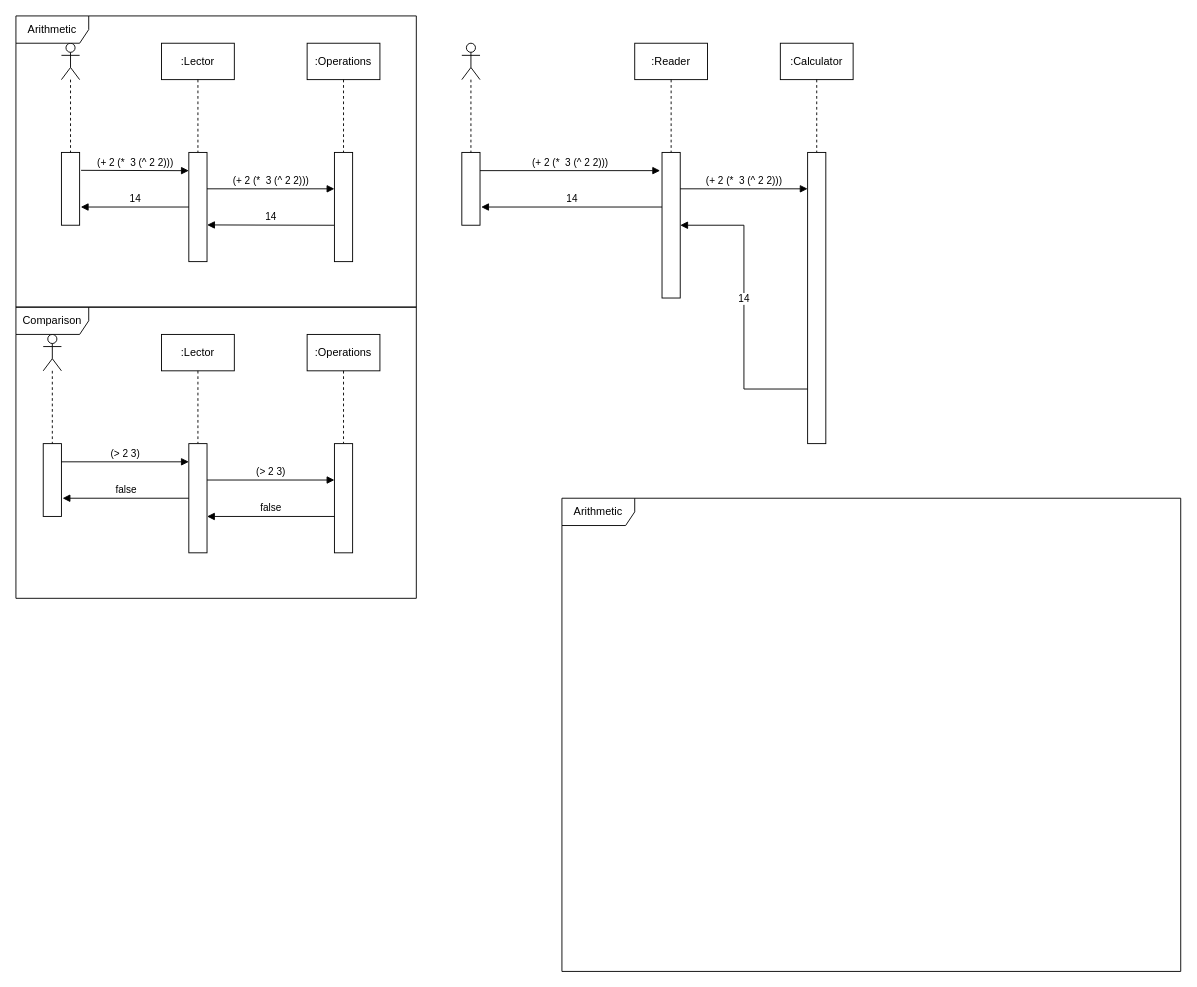
Above: Proyecto1/Fases/Fase2/Sequence Diagrams.drawio in DiggsPapu/Proyect1_Lisp_Interpreter (draw.io), before the change. Source tidied: cells renumbered, new cells numbered last; positions are measured from the earlier drawing's top-left corner, leaving out a move shared by most shapes. Both pictures are drawn from the tidied source at 91%, with x=0, y=0 at pixel (15, 15).
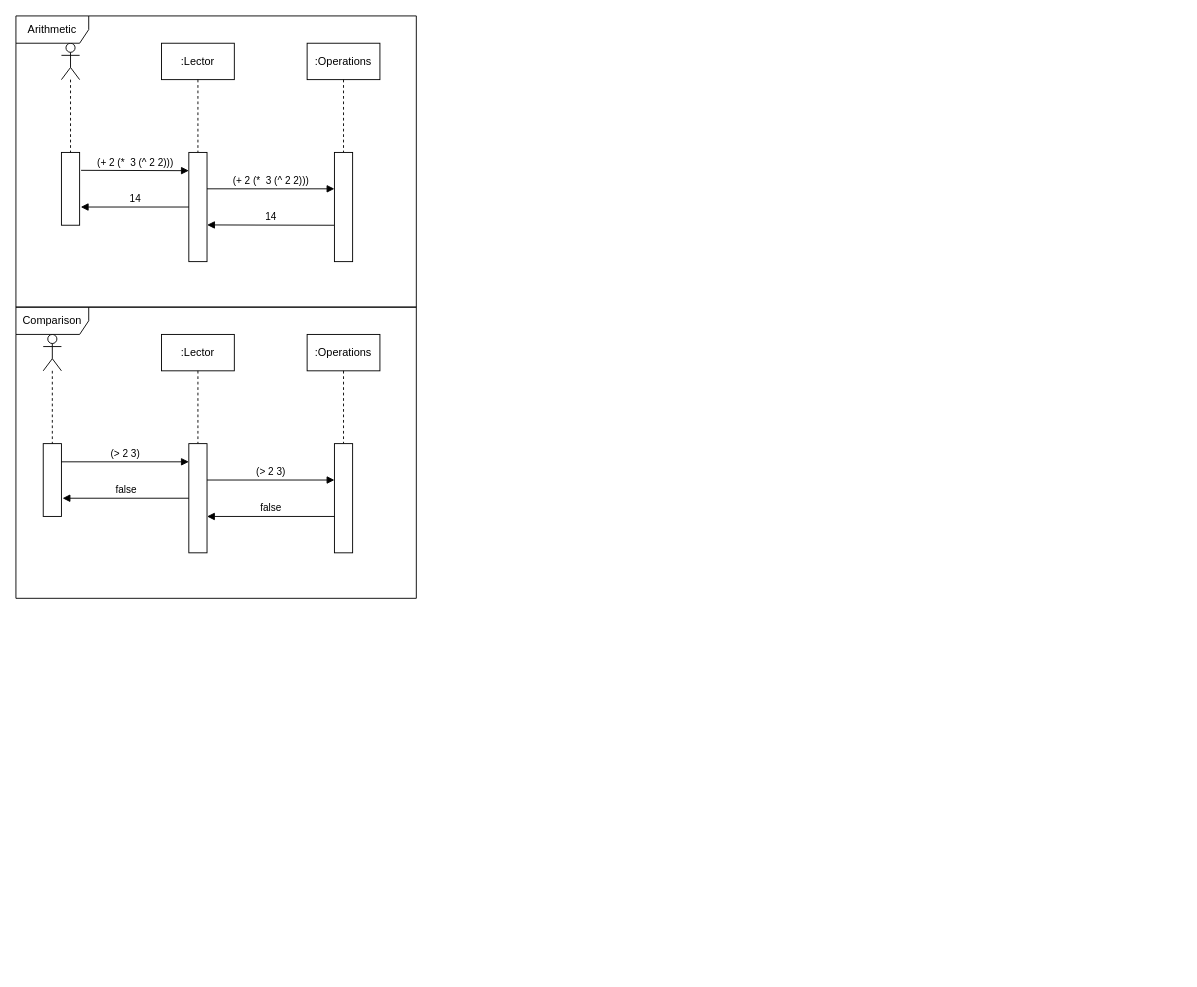
The same page after the edit.

Diff of the diagram source:
```diff
@@
-    <mxCell id="22" style="html=1;points=[];perimeter=orthogonalPerimeter;" parent="1" vertex="1">
-      <mxGeometry x="490" y="150" width="20" height="80" as="geometry" />
-    </mxCell>
-    <mxCell id="23" value=":Reader" style="shape=umlLifeline;perimeter=lifelinePerimeter;whiteSpace=wrap;html=1;" parent="1" vertex="1">
-      <mxGeometry x="680" y="30" width="80" height="120" as="geometry" />
-    </mxCell>
-    <mxCell id="24" style="shape=umlLifeline;participant=umlActor;perimeter=lifelinePerimeter;whiteSpace=wrap;html=1;verticalAlign=top;spacingTop=36;" parent="1" vertex="1">
-      <mxGeometry x="490" y="30" width="20" height="120" as="geometry" />
-    </mxCell>
-    <mxCell id="25" style="html=1;points=[];perimeter=orthogonalPerimeter;" parent="1" vertex="1">
-      <mxGeometry x="710" y="150" width="20" height="160" as="geometry" />
-    </mxCell>
-    <mxCell id="26" value=":Calculator" style="shape=umlLifeline;perimeter=lifelinePerimeter;whiteSpace=wrap;html=1;" parent="1" vertex="1">
-      <mxGeometry x="840" y="30" width="80" height="120" as="geometry" />
-    </mxCell>
-    <mxCell id="27" style="html=1;points=[];perimeter=orthogonalPerimeter;" parent="1" vertex="1">
-      <mxGeometry x="870" y="150" width="20" height="320" as="geometry" />
-    </mxCell>
-    <mxCell id="28" value="(+ 2 (*&amp;nbsp; 3 (^ 2 2)))" style="html=1;verticalAlign=bottom;endArrow=block;rounded=0;" parent="1" edge="1" target="27">
-      <mxGeometry relative="1" as="geometry">
-        <mxPoint x="730" y="190" as="sourcePoint" />
-      </mxGeometry>
-    </mxCell>
-    <mxCell id="29" value="14" style="html=1;verticalAlign=bottom;endArrow=block;rounded=0;" parent="1" edge="1" source="27" target="25">
-      <mxGeometry relative="1" as="geometry">
-        <Array as="points">
-          <mxPoint x="800" y="410" />
-          <mxPoint x="800" y="230" />
-        </Array>
-      </mxGeometry>
-    </mxCell>
-    <mxCell id="30" value="14" style="html=1;verticalAlign=bottom;endArrow=block;rounded=0;entryX=1.063;entryY=0.75;entryDx=0;entryDy=0;entryPerimeter=0;" parent="1" edge="1" source="25" target="22">
-      <mxGeometry relative="1" as="geometry" />
-    </mxCell>
-    <mxCell id="31" value="Arithmetic" style="shape=umlFrame;whiteSpace=wrap;html=1;width=80;height=30;" parent="1" vertex="1">
-      <mxGeometry x="600" y="530" width="680" height="520" as="geometry" />
-    </mxCell>
-    <mxCell id="32" value="(+ 2 (*&amp;nbsp; 3 (^ 2 2)))" style="html=1;verticalAlign=bottom;endArrow=block;rounded=0;entryX=-0.104;entryY=0.125;entryDx=0;entryDy=0;entryPerimeter=0;" parent="1" edge="1" source="22" target="25">
-      <mxGeometry relative="1" as="geometry" />
-    </mxCell>
```
